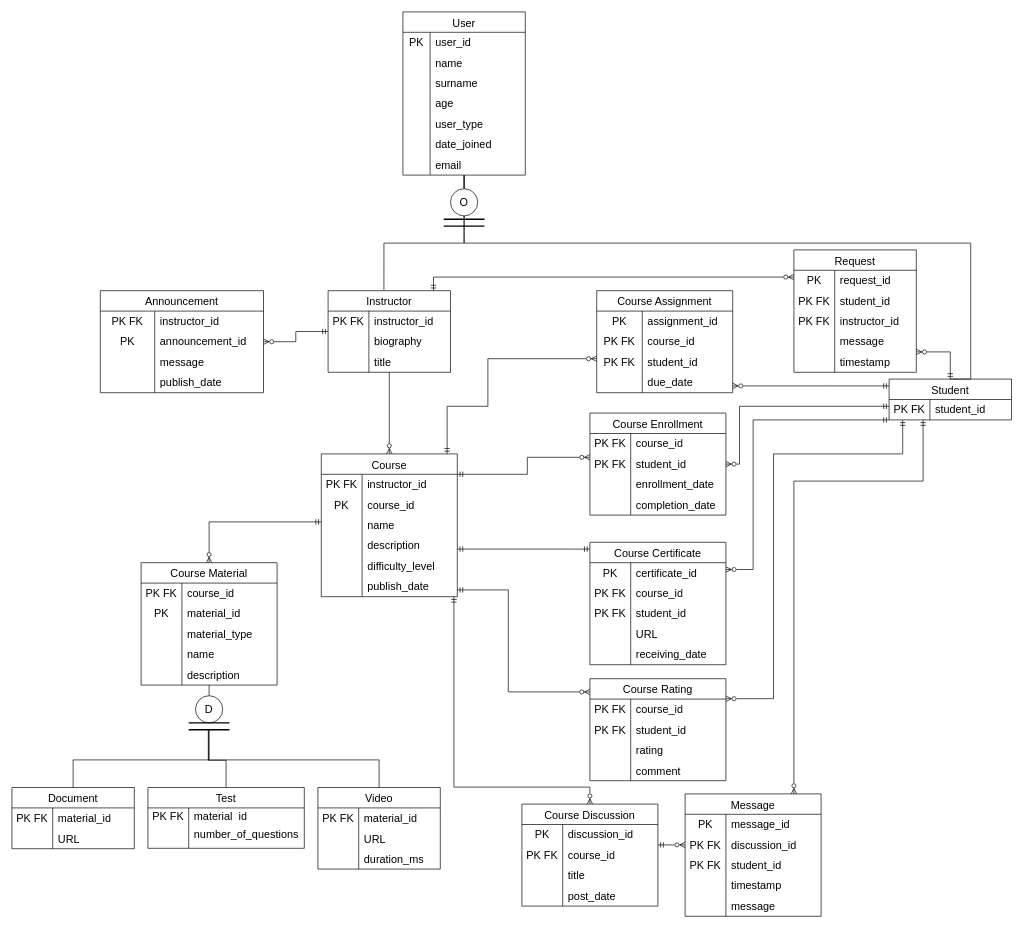
Luieitalian/VTYS keeps this draw.io diagram as Başlıksız Diyagram.drawio. Above is the earlier version. Source tidied: cells renumbered, new cells numbered last; positions are measured from the earlier drawing's top-left corner, leaving out a move shared by most shapes. Both pictures are drawn from the tidied source at 68%, with x=0, y=0 at pixel (12, 12).
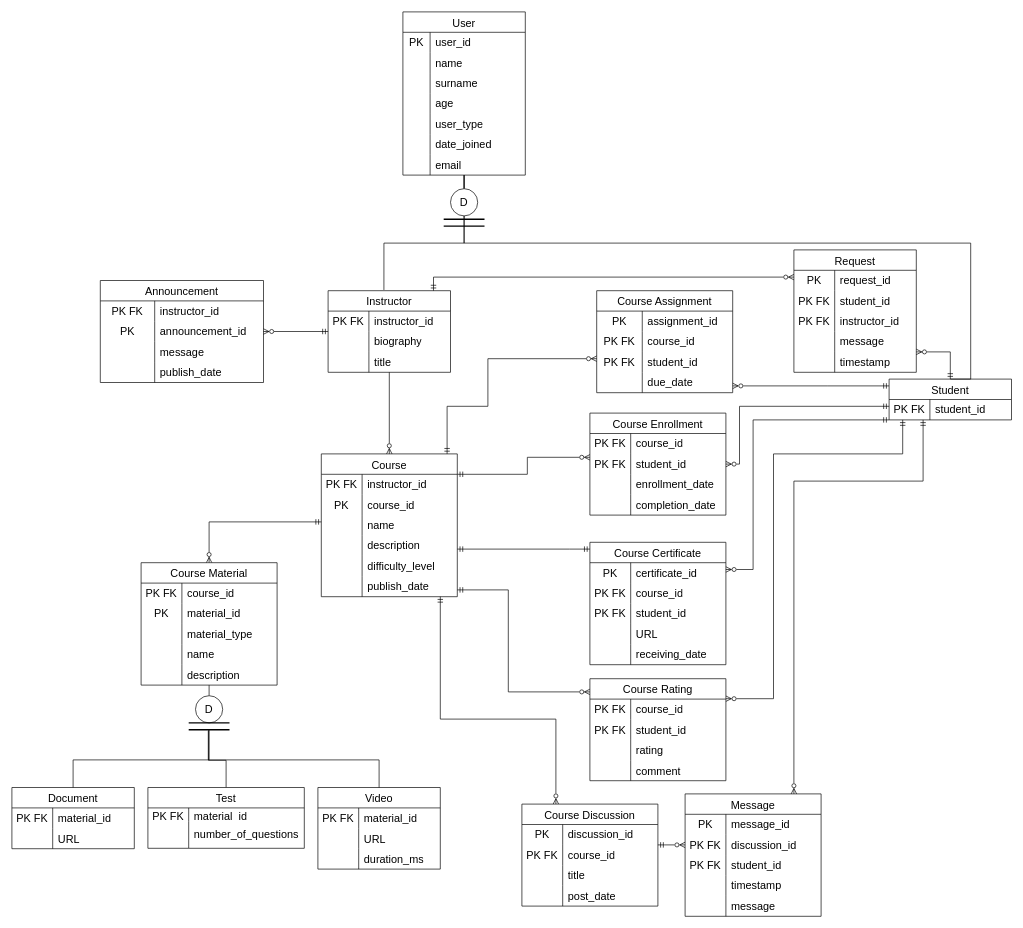
Above is the later version.

Unchanged cells that the change refers to:
```xml
<mxCell id="53" value="Course" style="shape=table;startSize=30;childLayout=tableLayout;rowLines=0;fontStyle=0;strokeColor=default;fontSize=16;" parent="1" vertex="1">
  <mxGeometry x="455" y="650" width="200" height="210" as="geometry" />
</mxCell>
<mxCell id="124" value="Course Discussion" style="shape=table;startSize=30;childLayout=tableLayout;rowLines=0;fontStyle=0;strokeColor=default;fontSize=16;" parent="1" vertex="1">
  <mxGeometry x="750" y="1165" width="200" height="150" as="geometry" />
</mxCell>
```

Diff of the diagram source:
```diff
@@
-    <mxCell id="46" value="O" style="ellipse;whiteSpace=wrap;html=1;fontSize=16;startSize=30;fontStyle=0;" parent="1" vertex="1">
+    <mxCell id="46" value="D" style="ellipse;whiteSpace=wrap;html=1;fontSize=16;startSize=30;fontStyle=0;" parent="1" vertex="1">
       <mxGeometry x="645" y="260" width="40" height="40" as="geometry" />
     </mxCell>
@@
     <mxCell id="51" style="edgeStyle=orthogonalEdgeStyle;rounded=0;jettySize=auto;html=1;startArrow=ERmandOne;startFill=0;endArrow=ERzeroToMany;endFill=0;" parent="1" edge="1" source="53" target="124">
       <mxGeometry relative="1" as="geometry">
         <Array as="points">
-          <mxPoint x="650" y="1140" />
-          <mxPoint x="850" y="1140" />
+          <mxPoint x="630" y="1040" />
+          <mxPoint x="800" y="1040" />
         </Array>
       </mxGeometry>
     </mxCell>
@@
     <mxCell id="167" value="Announcement" style="shape=table;startSize=30;childLayout=tableLayout;rowLines=0;fontStyle=0;strokeColor=default;fontSize=16;" parent="1" vertex="1">
-      <mxGeometry x="130" y="410" width="240" height="150" as="geometry" />
+      <mxGeometry x="130" y="395" width="240" height="150" as="geometry" />
     </mxCell>
```
